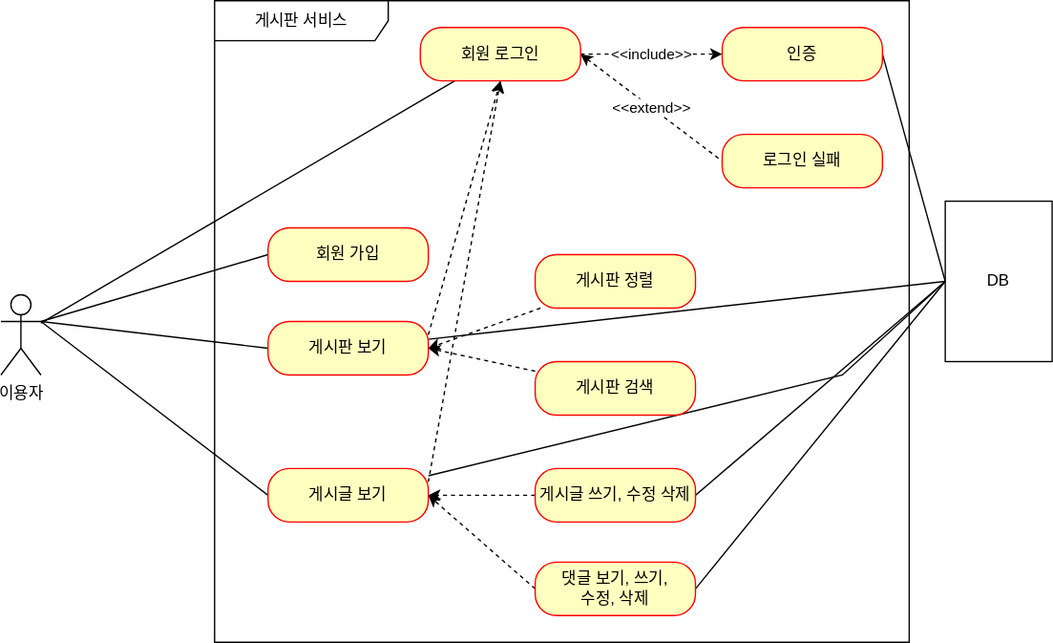
The draw.io diagram document/Use-case.drawio.svg in Son-github/project-board, before a commit. Source tidied: cells renumbered, new cells last; positions are measured from the earlier drawing's top-left corner, leaving out a move shared by most shapes.
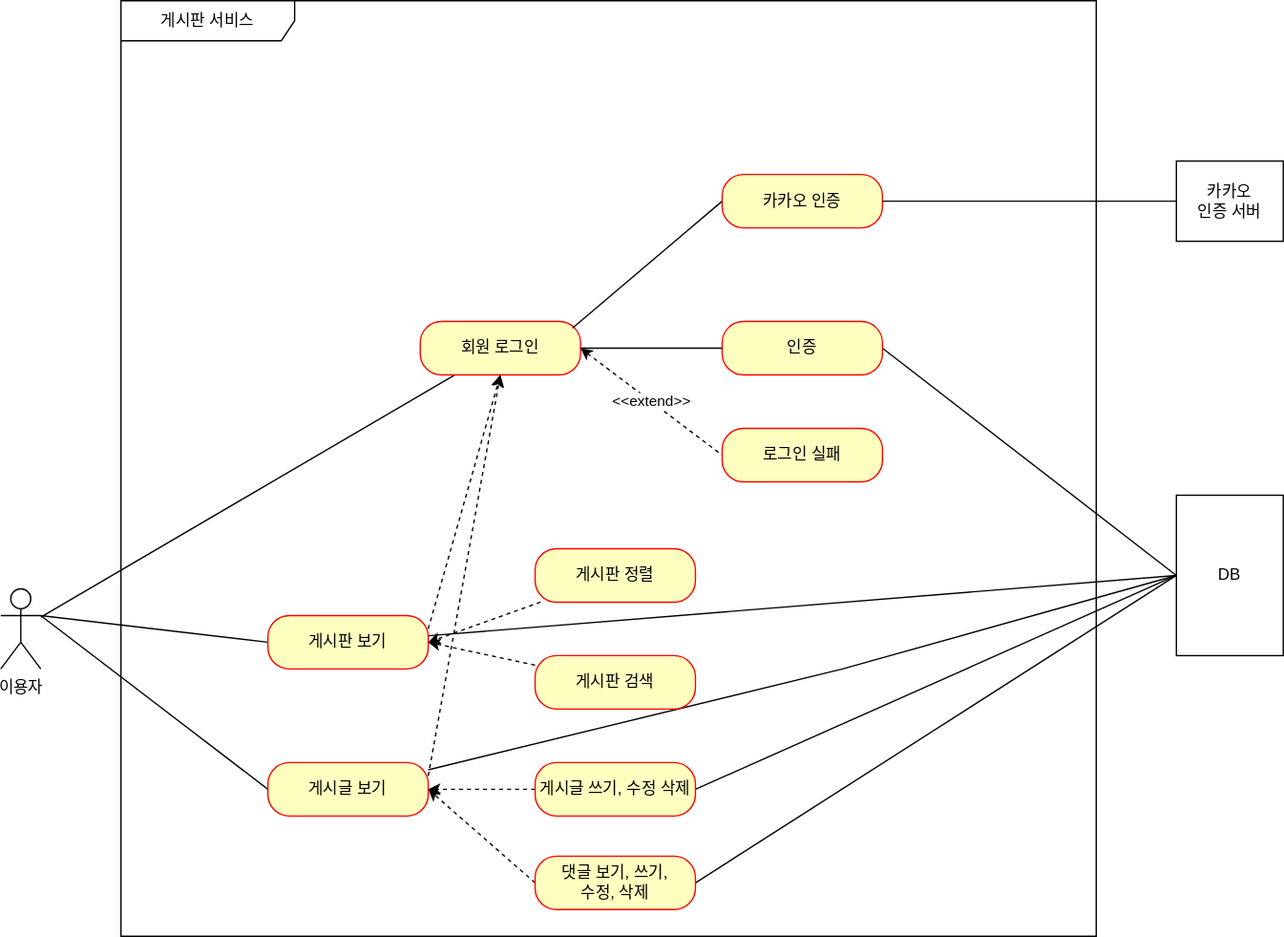
After the change.

Commit message:
#40 - UseCase 업데이트

유스케이스 업데이트

Diff of the diagram source:
```diff
@@ -6,15 +6,10 @@
       <mxGeometry y="220" width="30" height="60" as="geometry" />
     </mxCell>
     <mxCell id="3" value="게시판 서비스" style="shape=umlFrame;whiteSpace=wrap;html=1;width=130;height=30;" parent="1" vertex="1">
-      <mxGeometry x="160" width="520" height="480" as="geometry" />
+      <mxGeometry x="90" y="-220" width="730" height="700" as="geometry" />
     </mxCell>
-    <mxCell id="4" style="rounded=0;jettySize=auto;html=1;endArrow=none;endFill=0;exitX=0;exitY=0.5;exitDx=0;exitDy=0;" parent="1" edge="1" source="5">
-      <mxGeometry relative="1" as="geometry">
-        <mxPoint x="30" y="240" as="targetPoint" />
-      </mxGeometry>
-    </mxCell>
-    <mxCell id="5" value="회원 가입" style="rounded=1;whiteSpace=wrap;html=1;arcSize=40;fontColor=#000000;fillColor=#ffffc0;strokeColor=#ff0000;" parent="1" vertex="1">
-      <mxGeometry x="200" y="170" width="120" height="40" as="geometry" />
+    <mxCell id="5" value="카카오 인증" style="rounded=1;whiteSpace=wrap;html=1;arcSize=40;fontColor=#000000;fillColor=#ffffc0;strokeColor=#ff0000;" parent="1" vertex="1">
+      <mxGeometry x="540" y="-90" width="120" height="40" as="geometry" />
     </mxCell>
     <mxCell id="6" style="rounded=0;jettySize=auto;html=1;endArrow=none;endFill=0;entryX=1;entryY=0.3333333333333333;entryDx=0;entryDy=0;entryPerimeter=0;exitX=0;exitY=0.5;exitDx=0;exitDy=0;" parent="1" edge="1" source="9" target="2">
       <mxGeometry relative="1" as="geometry" />
@@ -49,9 +44,6 @@
     <mxCell id="14" style="rounded=0;jettySize=auto;html=1;endArrow=none;endFill=0;" parent="1" edge="1" source="17" target="2">
       <mxGeometry relative="1" as="geometry" />
     </mxCell>
-    <mxCell id="15" value="&amp;lt;&amp;lt;include&amp;gt;&amp;gt;" style="rounded=0;jettySize=auto;html=1;exitX=1;exitY=0.5;exitDx=0;exitDy=0;endArrow=classic;endFill=1;dashed=1;" parent="1" edge="1" source="17" target="19">
-      <mxGeometry relative="1" as="geometry" />
-    </mxCell>
     <mxCell id="16" value="&amp;lt;&amp;lt;extend&amp;gt;&amp;gt;" style="rounded=0;jettySize=auto;html=1;entryX=0;entryY=0.5;entryDx=0;entryDy=0;endArrow=none;endFill=0;exitX=1;exitY=0.5;exitDx=0;exitDy=0;dashed=1;startArrow=classic;startFill=1;" parent="1" edge="1" source="17" target="20">
       <mxGeometry relative="1" as="geometry" />
     </mxCell>
@@ -98,7 +90,21 @@
       <mxGeometry x="400" y="420" width="120" height="40" as="geometry" />
     </mxCell>
     <mxCell id="31" value="DB" style="html=1;whiteSpace=wrap;" parent="1" vertex="1">
-      <mxGeometry x="707" y="150" width="80" height="120" as="geometry" />
+      <mxGeometry x="880" y="150" width="80" height="120" as="geometry" />
     </mxCell>
+    <mxCell id="32" style="rounded=0;jettySize=auto;html=1;endArrow=none;endFill=0;entryX=1;entryY=0.5;entryDx=0;entryDy=0;" parent="1" edge="1" target="5">
+      <mxGeometry relative="1" as="geometry">
+        <mxPoint x="880" y="-70" as="sourcePoint" />
+      </mxGeometry>
+    </mxCell>
+    <mxCell id="33" value="카카오&lt;br&gt;인증 서버" style="html=1;whiteSpace=wrap;" parent="1" vertex="1">
+      <mxGeometry x="880" y="-100" width="80" height="60" as="geometry" />
+    </mxCell>
+    <mxCell id="34" style="rounded=0;jettySize=auto;html=1;endArrow=none;endFill=0;exitX=0;exitY=0.5;exitDx=0;exitDy=0;entryX=0.95;entryY=0.125;entryDx=0;entryDy=0;entryPerimeter=0;" parent="1" edge="1" source="5" target="17">
+      <mxGeometry relative="1" as="geometry" />
+    </mxCell>
+    <mxCell id="35" style="rounded=0;jettySize=auto;html=1;endArrow=none;endFill=0;entryX=1;entryY=0.5;entryDx=0;entryDy=0;exitX=0;exitY=0.5;exitDx=0;exitDy=0;" parent="1" edge="1" source="19" target="17">
+      <mxGeometry relative="1" as="geometry" />
+    </mxCell>
   </root>
 </mxGraphModel>
```
